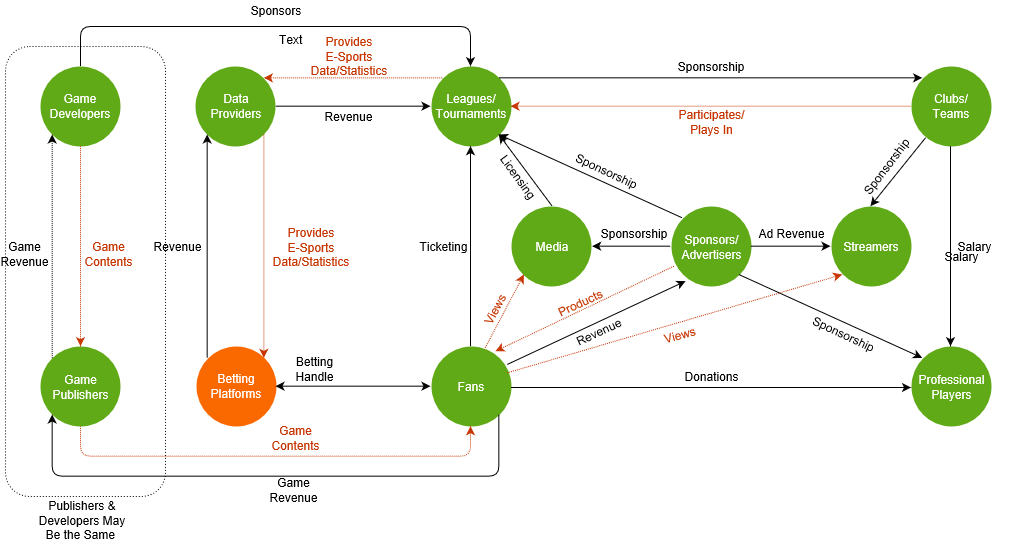
The draw.io diagram Flow v2.png in ryanpo/ryanpo.github.io, before a commit. Source tidied: cells renumbered, new cells last; positions are measured from the earlier drawing's top-left corner, leaving out a move shared by most shapes.
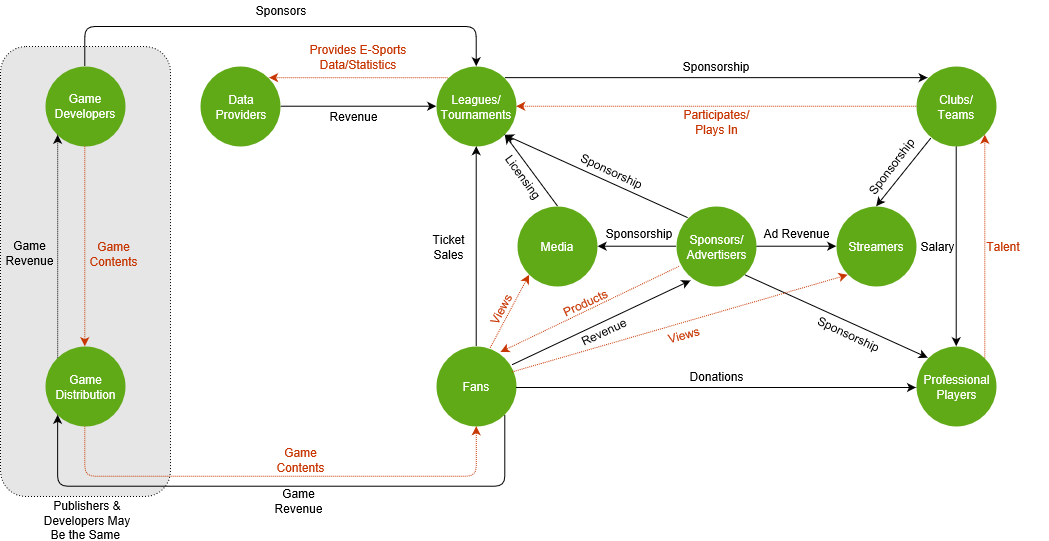
The same diagram one commit later.

The edit, as a diff of the source:
```diff
@@ -2,6 +2,9 @@
   <root>
     <mxCell id="0" />
     <mxCell id="1" parent="0" />
+    <mxCell id="66" style="rounded=1;whiteSpace=wrap;html=1;dashed=1;dashPattern=1 2;fillColor=#E6E6E6;" parent="1" vertex="1">
+      <mxGeometry x="-5" y="46" width="170" height="450" as="geometry" />
+    </mxCell>
     <mxCell id="2" value="&lt;div&gt;Sponsors/&lt;/div&gt;&lt;div&gt;Advertisers&lt;br&gt;&lt;/div&gt;" style="ellipse;whiteSpace=wrap;html=1;fillColor=#60a917;strokeColor=none;fontColor=#ffffff;" parent="1" vertex="1">
       <mxGeometry x="670.5" y="206" width="80" height="80" as="geometry" />
     </mxCell>
@@ -29,12 +32,12 @@
     <mxCell id="10" style="edgeStyle=orthogonalEdgeStyle;rounded=1;jettySize=auto;html=1;exitX=0.5;exitY=1;exitDx=0;exitDy=0;entryX=0.5;entryY=1;entryDx=0;entryDy=0;dashed=1;dashPattern=1 1;fillColor=#fa6800;strokeColor=#C73500;" parent="1" edge="1" source="11" target="6">
       <mxGeometry relative="1" as="geometry">
         <Array as="points">
-          <mxPoint x="80" y="456" />
-          <mxPoint x="470" y="456" />
+          <mxPoint x="80" y="476" />
+          <mxPoint x="471" y="476" />
         </Array>
       </mxGeometry>
     </mxCell>
-    <mxCell id="11" value="&lt;div&gt;Game&lt;/div&gt;&lt;div&gt;Publishers&lt;br&gt;&lt;/div&gt;" style="ellipse;whiteSpace=wrap;html=1;fillColor=#60a917;strokeColor=none;fontColor=#ffffff;" parent="1" vertex="1">
+    <mxCell id="11" value="&lt;div&gt;Game&lt;/div&gt;&lt;div&gt;Distribution&lt;br&gt;&lt;/div&gt;" style="ellipse;whiteSpace=wrap;html=1;fillColor=#60a917;strokeColor=none;fontColor=#ffffff;" parent="1" vertex="1">
       <mxGeometry x="40" y="346" width="80" height="80" as="geometry" />
     </mxCell>
     <mxCell id="12" style="endArrow=classic;html=1;entryX=0;entryY=0;entryDx=0;entryDy=0;exitX=1;exitY=1;exitDx=0;exitDy=0;" parent="1" edge="1" source="2" target="8">
@@ -88,24 +91,9 @@
     <mxCell id="27" style="endArrow=classic;html=1;exitX=0.5;exitY=1;exitDx=0;exitDy=0;entryX=0.5;entryY=0;entryDx=0;entryDy=0;" parent="1" edge="1" source="3" target="8">
       <mxGeometry relative="1" as="geometry" />
     </mxCell>
-    <mxCell id="28" value="&lt;div&gt;&lt;font color=&quot;#ffffff&quot;&gt;Betting&lt;/font&gt;&lt;/div&gt;&lt;div&gt;&lt;font color=&quot;#ffffff&quot;&gt;Platforms&lt;/font&gt;&lt;br&gt;&lt;/div&gt;" style="ellipse;whiteSpace=wrap;html=1;fillColor=#fa6800;strokeColor=none;fontColor=#ffffff;" parent="1" vertex="1">
-      <mxGeometry x="195.5" y="345.5" width="80" height="80" as="geometry" />
-    </mxCell>
-    <mxCell id="29" style="endArrow=classic;startArrow=classic;html=1;exitX=1;exitY=0.5;exitDx=0;exitDy=0;entryX=0;entryY=0.5;entryDx=0;entryDy=0;" parent="1" edge="1" source="28" target="6">
-      <mxGeometry relative="1" as="geometry" />
-    </mxCell>
-    <mxCell id="30" value="&lt;div&gt;Betting&lt;/div&gt;&lt;div&gt;Handle&lt;br&gt;&lt;/div&gt;" style="text;html=1;strokeColor=none;fillColor=none;align=center;verticalAlign=middle;whiteSpace=wrap;rounded=0;rotation=0;" parent="1" vertex="1">
-      <mxGeometry x="269" y="358.5" width="90" height="20" as="geometry" />
-    </mxCell>
-    <mxCell id="31" style="endArrow=classic;html=1;entryX=0;entryY=1;entryDx=0;entryDy=0;exitX=0;exitY=0;exitDx=0;exitDy=0;" parent="1" edge="1" source="28" target="5">
-      <mxGeometry relative="1" as="geometry" />
-    </mxCell>
     <mxCell id="32" style="endArrow=classic;html=1;entryX=1;entryY=0;entryDx=0;entryDy=0;fillColor=#fa6800;strokeColor=#C73500;rounded=1;dashed=1;dashPattern=1 1;exitX=0;exitY=0;exitDx=0;exitDy=0;" parent="1" edge="1" source="7" target="5">
       <mxGeometry relative="1" as="geometry" />
     </mxCell>
-    <mxCell id="33" style="endArrow=classic;html=1;exitX=1;exitY=1;exitDx=0;exitDy=0;entryX=1;entryY=0;entryDx=0;entryDy=0;fillColor=#fa6800;strokeColor=#C73500;rounded=1;dashed=1;dashPattern=1 1;" parent="1" edge="1" source="5" target="28">
-      <mxGeometry relative="1" as="geometry" />
-    </mxCell>
     <mxCell id="34" style="endArrow=classic;html=1;exitX=0.942;exitY=0.225;exitDx=0;exitDy=0;entryX=0.185;entryY=0.925;entryDx=0;entryDy=0;entryPerimeter=0;exitPerimeter=0;" parent="1" edge="1" source="6" target="2">
       <mxGeometry relative="1" as="geometry" />
     </mxCell>
@@ -164,22 +152,16 @@
       <mxGeometry x="670.5" y="56" width="80" height="20" as="geometry" />
     </mxCell>
     <mxCell id="51" value="&lt;div&gt;&lt;font color=&quot;#c73500&quot;&gt;Provides E-Sports Data/Statistics&lt;/font&gt;&lt;br&gt;&lt;/div&gt;" style="text;html=1;strokeColor=none;fillColor=none;align=center;verticalAlign=middle;whiteSpace=wrap;rounded=0;rotation=0;" parent="1" vertex="1">
-      <mxGeometry x="303.5" y="45" width="90" height="20" as="geometry" />
+      <mxGeometry x="301.5" y="46" width="102" height="20" as="geometry" />
     </mxCell>
     <mxCell id="52" value="&lt;div&gt;Revenue&lt;br&gt;&lt;/div&gt;" style="text;html=1;strokeColor=none;fillColor=none;align=center;verticalAlign=middle;whiteSpace=wrap;rounded=0;rotation=0;" parent="1" vertex="1">
       <mxGeometry x="302.5" y="106" width="90" height="20" as="geometry" />
     </mxCell>
-    <mxCell id="53" value="&lt;div&gt;&lt;font color=&quot;#c73500&quot;&gt;Provides E-Sports Data/Statistics&lt;/font&gt;&lt;br&gt;&lt;/div&gt;" style="text;html=1;strokeColor=none;fillColor=none;align=center;verticalAlign=middle;whiteSpace=wrap;rounded=0;rotation=0;" parent="1" vertex="1">
-      <mxGeometry x="265.5" y="225" width="90" height="42" as="geometry" />
-    </mxCell>
-    <mxCell id="54" value="&lt;div&gt;Revenue&lt;br&gt;&lt;/div&gt;" style="text;html=1;strokeColor=none;fillColor=none;align=center;verticalAlign=middle;whiteSpace=wrap;rounded=0;" parent="1" vertex="1">
-      <mxGeometry x="132" y="235.5" width="90" height="20" as="geometry" />
-    </mxCell>
     <mxCell id="55" value="&lt;div&gt;&lt;font color=&quot;#c73500&quot;&gt;Game Contents&lt;/font&gt;&lt;br&gt;&lt;/div&gt;" style="text;html=1;strokeColor=none;fillColor=none;align=center;verticalAlign=middle;whiteSpace=wrap;rounded=0;rotation=0;" parent="1" vertex="1">
-      <mxGeometry x="265.5" y="422" width="59" height="31" as="geometry" />
+      <mxGeometry x="265.5" y="443.5" width="59" height="31" as="geometry" />
     </mxCell>
     <mxCell id="56" value="&lt;div&gt;Game&lt;/div&gt;&lt;div&gt;Revenue&lt;br&gt;&lt;/div&gt;" style="text;html=1;strokeColor=none;fillColor=none;align=center;verticalAlign=middle;whiteSpace=wrap;rounded=0;rotation=0;" parent="1" vertex="1">
-      <mxGeometry x="269" y="479" width="48" height="20" as="geometry" />
+      <mxGeometry x="269" y="490" width="48" height="20" as="geometry" />
     </mxCell>
     <mxCell id="57" value="&lt;div&gt;Game&lt;/div&gt;&lt;div&gt;Revenue&lt;br&gt;&lt;/div&gt;" style="text;html=1;strokeColor=none;fillColor=none;align=center;verticalAlign=middle;whiteSpace=wrap;rounded=0;rotation=0;" parent="1" vertex="1">
       <mxGeometry y="243" width="48" height="20" as="geometry" />
@@ -190,31 +172,28 @@
     <mxCell id="59" value="&lt;div&gt;&lt;font color=&quot;#c73500&quot;&gt;Views&lt;/font&gt;&lt;br&gt;&lt;/div&gt;" style="text;html=1;strokeColor=none;fillColor=none;align=center;verticalAlign=middle;whiteSpace=wrap;rounded=0;rotation=-15;" parent="1" vertex="1">
       <mxGeometry x="658" y="323.5" width="41" height="20" as="geometry" />
     </mxCell>
-    <mxCell id="60" value="Ticketing&lt;br&gt;" style="text;html=1;strokeColor=none;fillColor=none;align=center;verticalAlign=middle;whiteSpace=wrap;rounded=0;rotation=0;" parent="1" vertex="1">
+    <mxCell id="60" value="&lt;div&gt;Ticket&lt;/div&gt;&lt;div&gt;Sales&lt;br&gt;&lt;/div&gt;" style="text;html=1;strokeColor=none;fillColor=none;align=center;verticalAlign=middle;whiteSpace=wrap;rounded=0;rotation=0;" parent="1" vertex="1">
       <mxGeometry x="397.5" y="236" width="90" height="20" as="geometry" />
     </mxCell>
     <mxCell id="61" value="Salary&lt;br&gt;" style="text;html=1;strokeColor=none;fillColor=none;align=center;verticalAlign=middle;whiteSpace=wrap;rounded=0;" parent="1" vertex="1">
-      <mxGeometry x="928.5" y="236" width="90" height="20" as="geometry" />
+      <mxGeometry x="886.5" y="236" width="90" height="20" as="geometry" />
     </mxCell>
-    <mxCell id="62" value="Salary&lt;br&gt;" style="text;html=1;strokeColor=none;fillColor=none;align=center;verticalAlign=middle;whiteSpace=wrap;rounded=0;" parent="1" vertex="1">
-      <mxGeometry x="915.5" y="246" width="90" height="20" as="geometry" />
-    </mxCell>
     <mxCell id="63" style="edgeStyle=orthogonalEdgeStyle;rounded=1;jettySize=auto;html=1;fillColor=#fa6800;strokeColor=#000000;entryX=0;entryY=1;entryDx=0;entryDy=0;exitX=1;exitY=1;exitDx=0;exitDy=0;" parent="1" edge="1" source="6" target="11">
       <mxGeometry relative="1" as="geometry">
         <Array as="points">
-          <mxPoint x="499" y="476" />
-          <mxPoint x="52" y="476" />
+          <mxPoint x="499" y="486" />
+          <mxPoint x="52" y="486" />
         </Array>
       </mxGeometry>
     </mxCell>
     <mxCell id="64" value="&lt;div&gt;Sponsors&lt;br&gt;&lt;/div&gt;" style="text;html=1;strokeColor=none;fillColor=none;align=center;verticalAlign=middle;whiteSpace=wrap;rounded=0;rotation=0;" parent="1" vertex="1">
       <mxGeometry x="251" width="48" height="20" as="geometry" />
     </mxCell>
-    <mxCell id="65" value="Text" style="text;html=1;align=left;verticalAlign=top;spacingTop=-4;" parent="1" vertex="1">
-      <mxGeometry x="277" y="30" width="40" height="20" as="geometry" />
-    </mxCell>
-    <mxCell id="66" style="rounded=1;whiteSpace=wrap;html=1;dashed=1;dashPattern=1 2;fillColor=none;" parent="1" vertex="1">
-      <mxGeometry x="5" y="46" width="160" height="450" as="geometry" />
-    </mxCell>
+    <mxCell id="67" style="endArrow=classic;html=1;dashed=1;dashPattern=1 1;fillColor=#fa6800;strokeColor=#C73500;exitX=1;exitY=0;exitDx=0;exitDy=0;entryX=1;entryY=1;entryDx=0;entryDy=0;" parent="1" edge="1" source="8" target="3">
+      <mxGeometry relative="1" as="geometry" />
+    </mxCell>
+    <mxCell id="68" value="&lt;div&gt;&lt;font color=&quot;#c73500&quot;&gt;Talent&lt;/font&gt;&lt;/div&gt;&lt;div&gt;&lt;br&gt;&lt;/div&gt;" style="text;html=1;strokeColor=none;fillColor=none;align=center;verticalAlign=middle;whiteSpace=wrap;rounded=0;rotation=0;" parent="1" vertex="1">
+      <mxGeometry x="952.5" y="232" width="90" height="42" as="geometry" />
+    </mxCell>
   </root>
 </mxGraphModel>
```
